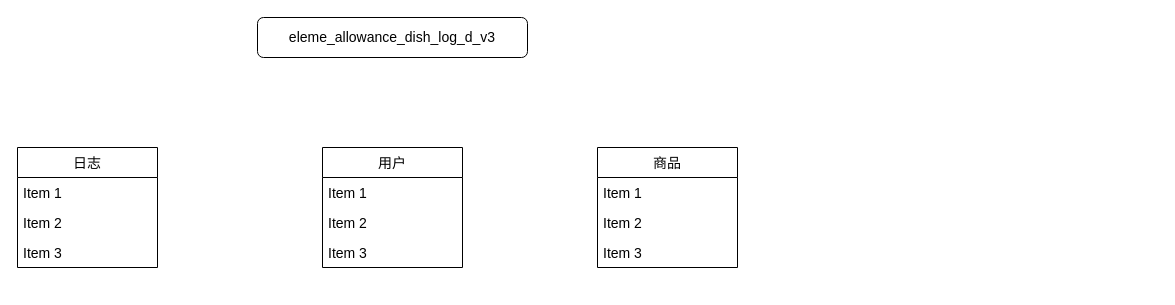
Earlier version of the draw.io diagram Untitled Diagram.drawio (Xiaohu-D/-). Source tidied: cells renumbered, new cells numbered last; positions are measured from the earlier drawing's top-left corner, leaving out a move shared by most shapes. Both pictures are drawn from the tidied source at 100%, with x=0, y=0 at pixel (17, 17).
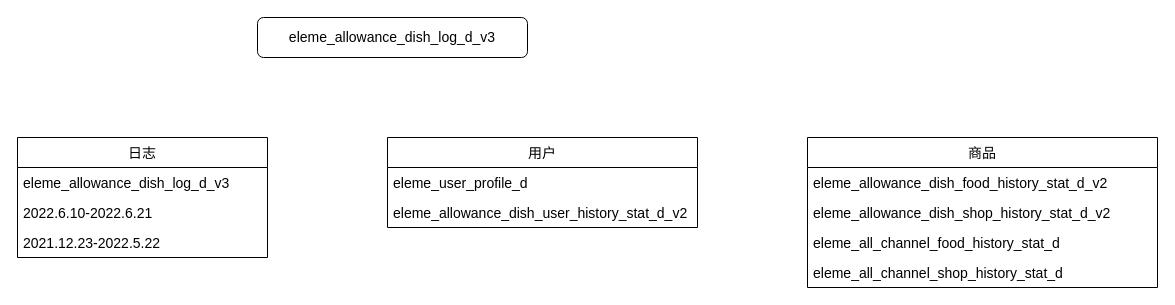
After the change.

Change to the diagram source:
```diff
@@
 <mxGraphModel>
   <root>
     <mxCell id="0" />
     <mxCell id="1" parent="0" />
     <mxCell id="2" value="&lt;div class=&quot;lake-content&quot;&gt;&lt;span class=&quot;ne-text&quot;&gt;&lt;font style=&quot;font-size: 14px;&quot;&gt;eleme_allowance_dish_log_d_v3&lt;/font&gt;&lt;/span&gt;&lt;/div&gt;" style="rounded=1;whiteSpace=wrap;html=1;" parent="1" vertex="1">
       <mxGeometry x="240" width="270" height="40" as="geometry" />
     </mxCell>
     <mxCell id="3" value="日志" style="swimlane;fontStyle=0;horizontal=1;startSize=30;fontSize=14;" parent="1" vertex="1">
-      <mxGeometry y="130" width="140" height="120" as="geometry" />
+      <mxGeometry y="120" width="250" height="120" as="geometry" />
     </mxCell>
-    <mxCell id="4" value="Item 1" style="text;strokeColor=none;fillColor=none;align=left;verticalAlign=middle;spacingLeft=4;spacingRight=4;overflow=hidden;fontSize=14;" parent="3" vertex="1">
-      <mxGeometry y="30" width="140" height="30" as="geometry" />
+    <mxCell id="4" value="eleme_allowance_dish_log_d_v3" style="text;strokeColor=none;fillColor=none;align=left;verticalAlign=middle;spacingLeft=4;spacingRight=4;overflow=hidden;fontSize=14;" parent="3" vertex="1">
+      <mxGeometry y="30" width="250" height="30" as="geometry" />
     </mxCell>
-    <mxCell id="5" value="Item 2" style="text;strokeColor=none;fillColor=none;align=left;verticalAlign=middle;spacingLeft=4;spacingRight=4;overflow=hidden;fontSize=14;" parent="3" vertex="1">
-      <mxGeometry y="60" width="140" height="30" as="geometry" />
+    <mxCell id="5" value="2022.6.10-2022.6.21" style="text;strokeColor=none;fillColor=none;align=left;verticalAlign=middle;spacingLeft=4;spacingRight=4;overflow=hidden;fontSize=14;" parent="3" vertex="1">
+      <mxGeometry y="60" width="250" height="30" as="geometry" />
     </mxCell>
-    <mxCell id="6" value="Item 3" style="text;strokeColor=none;fillColor=none;align=left;verticalAlign=middle;spacingLeft=4;spacingRight=4;overflow=hidden;fontSize=14;" parent="3" vertex="1">
-      <mxGeometry y="90" width="140" height="30" as="geometry" />
+    <mxCell id="6" value="2021.12.23-2022.5.22" style="text;strokeColor=none;fillColor=none;align=left;verticalAlign=middle;spacingLeft=4;spacingRight=4;overflow=hidden;fontSize=14;" parent="3" vertex="1">
+      <mxGeometry y="90" width="250" height="30" as="geometry" />
     </mxCell>
     <mxCell id="7" value="用户" style="swimlane;fontStyle=0;horizontal=1;startSize=30;fontSize=14;" parent="1" vertex="1">
-      <mxGeometry x="305" y="130" width="140" height="120" as="geometry" />
+      <mxGeometry x="370" y="120" width="310" height="90" as="geometry" />
     </mxCell>
-    <mxCell id="8" value="Item 1" style="text;strokeColor=none;fillColor=none;align=left;verticalAlign=middle;spacingLeft=4;spacingRight=4;overflow=hidden;fontSize=14;" parent="7" vertex="1">
-      <mxGeometry y="30" width="140" height="30" as="geometry" />
+    <mxCell id="8" value="eleme_user_profile_d" style="text;strokeColor=none;fillColor=none;align=left;verticalAlign=middle;spacingLeft=4;spacingRight=4;overflow=hidden;fontSize=14;" parent="7" vertex="1">
+      <mxGeometry y="30" width="310" height="30" as="geometry" />
     </mxCell>
-    <mxCell id="9" value="Item 2" style="text;strokeColor=none;fillColor=none;align=left;verticalAlign=middle;spacingLeft=4;spacingRight=4;overflow=hidden;fontSize=14;" parent="7" vertex="1">
-      <mxGeometry y="60" width="140" height="30" as="geometry" />
+    <mxCell id="9" value="eleme_allowance_dish_user_history_stat_d_v2" style="text;strokeColor=none;fillColor=none;align=left;verticalAlign=middle;spacingLeft=4;spacingRight=4;overflow=hidden;fontSize=14;" parent="7" vertex="1">
+      <mxGeometry y="60" width="310" height="30" as="geometry" />
     </mxCell>
-    <mxCell id="10" value="Item 3" style="text;strokeColor=none;fillColor=none;align=left;verticalAlign=middle;spacingLeft=4;spacingRight=4;overflow=hidden;fontSize=14;" parent="7" vertex="1">
-      <mxGeometry y="90" width="140" height="30" as="geometry" />
-    </mxCell>
     <mxCell id="11" value="商品" style="swimlane;fontStyle=0;horizontal=1;startSize=30;fontSize=14;" parent="1" vertex="1">
-      <mxGeometry x="580" y="130" width="140" height="120" as="geometry" />
+      <mxGeometry x="790" y="120" width="350" height="150" as="geometry" />
     </mxCell>
-    <mxCell id="12" value="Item 1" style="text;strokeColor=none;fillColor=none;align=left;verticalAlign=middle;spacingLeft=4;spacingRight=4;overflow=hidden;fontSize=14;" parent="11" vertex="1">
-      <mxGeometry y="30" width="140" height="30" as="geometry" />
+    <mxCell id="12" value="eleme_allowance_dish_food_history_stat_d_v2" style="text;strokeColor=none;fillColor=none;align=left;verticalAlign=middle;spacingLeft=4;spacingRight=4;overflow=hidden;fontSize=14;" parent="11" vertex="1">
+      <mxGeometry y="30" width="350" height="30" as="geometry" />
     </mxCell>
-    <mxCell id="13" value="Item 2" style="text;strokeColor=none;fillColor=none;align=left;verticalAlign=middle;spacingLeft=4;spacingRight=4;overflow=hidden;fontSize=14;" parent="11" vertex="1">
-      <mxGeometry y="60" width="140" height="30" as="geometry" />
+    <mxCell id="13" value="eleme_allowance_dish_shop_history_stat_d_v2" style="text;strokeColor=none;fillColor=none;align=left;verticalAlign=middle;spacingLeft=4;spacingRight=4;overflow=hidden;fontSize=14;" parent="11" vertex="1">
+      <mxGeometry y="60" width="350" height="30" as="geometry" />
     </mxCell>
+    <mxCell id="15" value="eleme_all_channel_food_history_stat_d" style="text;strokeColor=none;fillColor=none;align=left;verticalAlign=middle;spacingLeft=4;spacingRight=4;overflow=hidden;fontSize=14;" parent="11" vertex="1">
+      <mxGeometry y="90" width="350" height="30" as="geometry" />
+    </mxCell>
-    <mxCell id="14" value="Item 3" style="text;strokeColor=none;fillColor=none;align=left;verticalAlign=middle;spacingLeft=4;spacingRight=4;overflow=hidden;fontSize=14;" parent="11" vertex="1">
-      <mxGeometry y="90" width="140" height="30" as="geometry" />
+    <mxCell id="14" value="eleme_all_channel_shop_history_stat_d" style="text;strokeColor=none;fillColor=none;align=left;verticalAlign=middle;spacingLeft=4;spacingRight=4;overflow=hidden;fontSize=14;" parent="11" vertex="1">
+      <mxGeometry y="120" width="350" height="30" as="geometry" />
     </mxCell>
   </root>
 </mxGraphModel>
```
